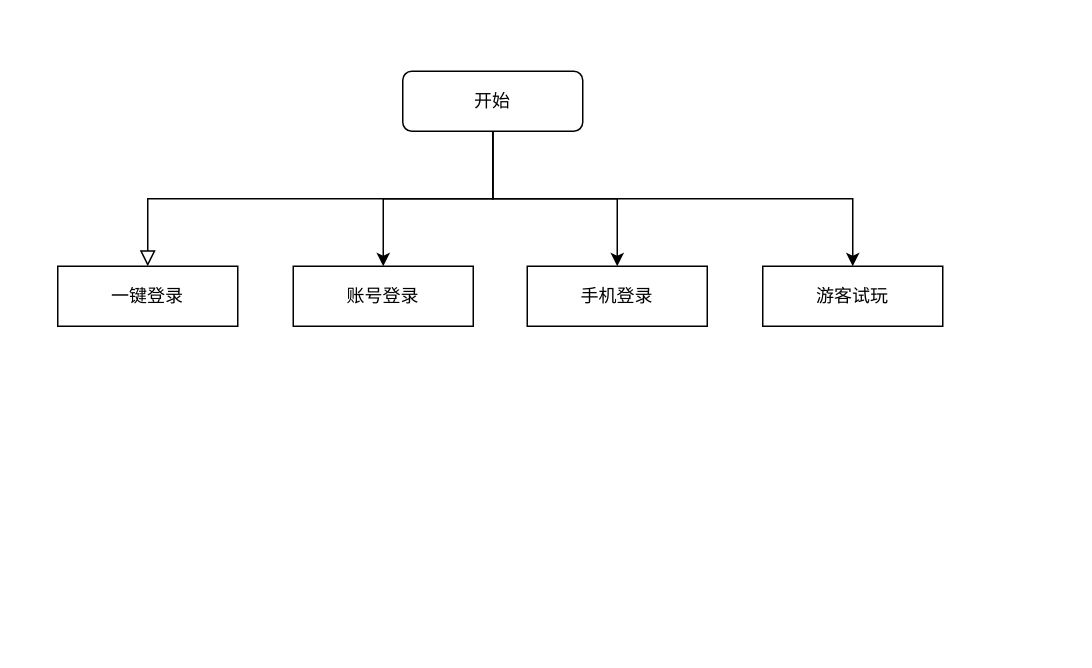
Earlier version of the draw.io diagram 未命名绘图.drawio (a3336595/-). Source tidied: cells renumbered, new cells numbered last; positions are measured from the earlier drawing's top-left corner, leaving out a move shared by most shapes. Both pictures are drawn from the tidied source at 150%, with x=0, y=0 at pixel (57, 70).
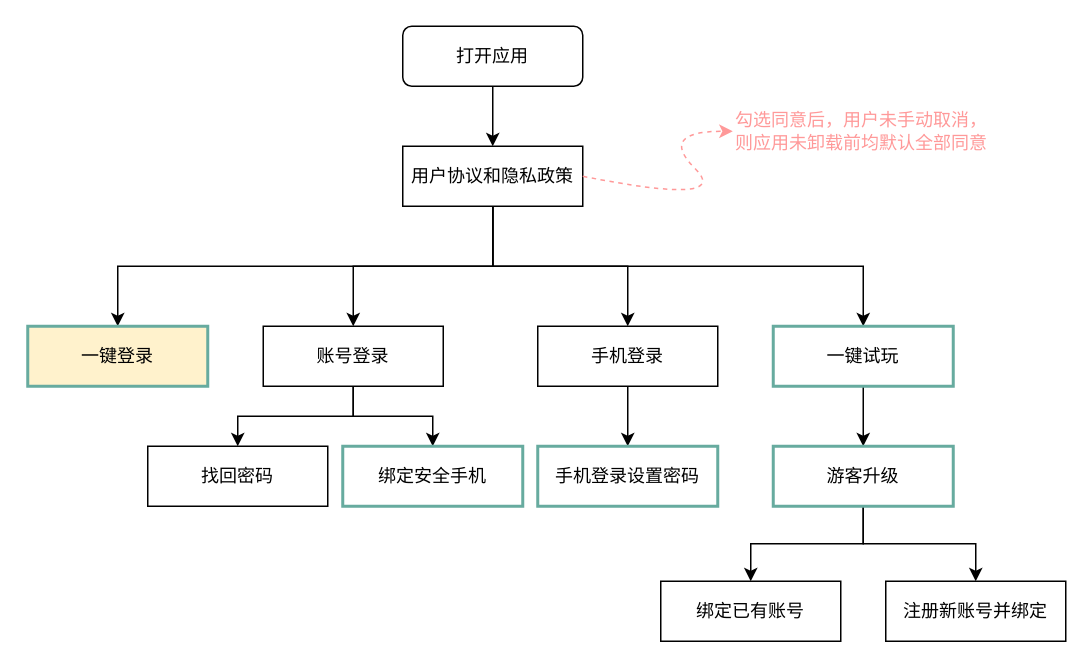
Above is the later version.

Commit message:
更新未命名绘图.drawio

What changed in the source:
```diff
@@
-    <mxCell id="2" style="rounded=0;html=1;jettySize=auto;fontSize=11;endArrow=block;endFill=0;endSize=8;strokeWidth=1;shadow=0;labelBackgroundColor=none;edgeStyle=orthogonalEdgeStyle;exitX=0.5;exitY=1;exitDx=0;exitDy=0;" parent="1" edge="1" source="6" target="7">
+    <mxCell id="2" style="rounded=0;html=1;jettySize=auto;fontSize=11;endArrow=classic;endFill=1;strokeWidth=1;shadow=0;labelBackgroundColor=none;edgeStyle=orthogonalEdgeStyle;exitX=0.5;exitY=1;exitDx=0;exitDy=0;" parent="1" edge="1" source="6" target="7">
       <mxGeometry relative="1" as="geometry" />
     </mxCell>
@@
-    <mxCell id="6" value="开始" style="rounded=1;whiteSpace=wrap;html=1;fontSize=12;glass=0;strokeWidth=1;shadow=0;" parent="1" vertex="1">
-      <mxGeometry x="230" width="120" height="40" as="geometry" />
+    <mxCell id="6" value="用户协议和隐私政策" style="rounded=0;whiteSpace=wrap;html=1;fontSize=12;glass=0;strokeWidth=1;shadow=0;" parent="1" vertex="1">
+      <mxGeometry x="230" y="50" width="120" height="40" as="geometry" />
     </mxCell>
-    <mxCell id="7" value="一键登录" style="rounded=0;whiteSpace=wrap;html=1;" parent="1" vertex="1">
-      <mxGeometry y="130" width="120" height="40" as="geometry" />
+    <mxCell id="7" value="一键登录" style="rounded=0;whiteSpace=wrap;html=1;fillColor=#fff2cc;strokeColor=#67AB9F;strokeWidth=2;" parent="1" vertex="1">
+      <mxGeometry x="-20" y="170" width="120" height="40" as="geometry" />
     </mxCell>
+    <mxCell id="11" style="edgeStyle=orthogonalEdgeStyle;rounded=0;jettySize=auto;html=1;entryX=0.5;entryY=0;entryDx=0;entryDy=0;endArrow=classic;endFill=1;strokeColor=#000000;fontColor=#000000;" parent="1" edge="1" source="8" target="25">
+      <mxGeometry relative="1" as="geometry" />
+    </mxCell>
+    <mxCell id="12" style="edgeStyle=orthogonalEdgeStyle;rounded=0;jettySize=auto;html=1;endArrow=classic;endFill=1;strokeColor=#000000;fontColor=#000000;" parent="1" edge="1" source="8" target="26">
+      <mxGeometry relative="1" as="geometry" />
+    </mxCell>
     <mxCell id="8" value="账号登录" style="rounded=0;whiteSpace=wrap;html=1;" parent="1" vertex="1">
-      <mxGeometry x="157" y="130" width="120" height="40" as="geometry" />
+      <mxGeometry x="137" y="170" width="120" height="40" as="geometry" />
     </mxCell>
+    <mxCell id="13" style="edgeStyle=orthogonalEdgeStyle;rounded=0;jettySize=auto;html=1;entryX=0.5;entryY=0;entryDx=0;entryDy=0;endArrow=classic;endFill=1;strokeColor=#000000;fontColor=#000000;" parent="1" edge="1" source="9" target="24">
+      <mxGeometry relative="1" as="geometry" />
+    </mxCell>
     <mxCell id="9" value="手机登录" style="rounded=0;whiteSpace=wrap;html=1;" parent="1" vertex="1">
-      <mxGeometry x="313" y="130" width="120" height="40" as="geometry" />
+      <mxGeometry x="320" y="170" width="120" height="40" as="geometry" />
     </mxCell>
+    <mxCell id="14" style="edgeStyle=orthogonalEdgeStyle;rounded=0;jettySize=auto;html=1;entryX=0.5;entryY=0;entryDx=0;entryDy=0;endArrow=classic;endFill=1;" parent="1" edge="1" source="10" target="21">
+      <mxGeometry relative="1" as="geometry" />
+    </mxCell>
-    <mxCell id="10" value="游客试玩" style="rounded=0;whiteSpace=wrap;html=1;" parent="1" vertex="1">
-      <mxGeometry x="470" y="130" width="120" height="40" as="geometry" />
+    <mxCell id="10" value="一键试玩" style="rounded=0;whiteSpace=wrap;html=1;strokeColor=#67AB9F;strokeWidth=2;" parent="1" vertex="1">
+      <mxGeometry x="477" y="170" width="120" height="40" as="geometry" />
     </mxCell>
+    <mxCell id="15" style="edgeStyle=orthogonalEdgeStyle;rounded=0;jettySize=auto;html=1;entryX=0.5;entryY=0;entryDx=0;entryDy=0;endArrow=classic;endFill=1;" parent="1" edge="1" source="16" target="6">
+      <mxGeometry relative="1" as="geometry" />
+    </mxCell>
+    <mxCell id="16" value="打开应用" style="rounded=1;whiteSpace=wrap;html=1;fontSize=12;glass=0;strokeWidth=1;shadow=0;sketch=0;" parent="1" vertex="1">
+      <mxGeometry x="230" y="-30" width="120" height="40" as="geometry" />
+    </mxCell>
+    <mxCell id="17" style="curved=1;endArrow=classic;html=1;exitX=1;exitY=0.5;exitDx=0;exitDy=0;dashed=1;strokeColor=#FF9999;" parent="1" edge="1" source="6">
+      <mxGeometry relative="1" as="geometry">
+        <mxPoint x="450" y="40" as="targetPoint" />
+        <Array as="points">
+          <mxPoint x="450" y="90" />
+          <mxPoint x="400" y="40" />
+        </Array>
+      </mxGeometry>
+    </mxCell>
+    <mxCell id="18" value="勾选同意后，用户未手动取消，则应用未卸载前均默认全部同意" style="text;html=1;strokeColor=none;fillColor=none;align=left;verticalAlign=middle;whiteSpace=wrap;rounded=0;shadow=0;glass=0;sketch=0;fontColor=#FF9999;" parent="1" vertex="1">
+      <mxGeometry x="450" y="30" width="180" height="20" as="geometry" />
+    </mxCell>
+    <mxCell id="19" style="edgeStyle=orthogonalEdgeStyle;rounded=0;jettySize=auto;html=1;entryX=0.5;entryY=0;entryDx=0;entryDy=0;endArrow=classic;endFill=1;strokeColor=#000000;fontColor=#000000;" parent="1" edge="1" source="21" target="22">
+      <mxGeometry relative="1" as="geometry" />
+    </mxCell>
+    <mxCell id="20" style="edgeStyle=orthogonalEdgeStyle;rounded=0;jettySize=auto;html=1;entryX=0.5;entryY=0;entryDx=0;entryDy=0;endArrow=classic;endFill=1;strokeColor=#000000;fontColor=#000000;" parent="1" edge="1" source="21" target="23">
+      <mxGeometry relative="1" as="geometry" />
+    </mxCell>
+    <mxCell id="21" value="游客升级" style="rounded=0;whiteSpace=wrap;html=1;strokeColor=#67AB9F;strokeWidth=2;" parent="1" vertex="1">
+      <mxGeometry x="477" y="250" width="120" height="40" as="geometry" />
+    </mxCell>
+    <mxCell id="22" value="绑定已有账号" style="rounded=0;whiteSpace=wrap;html=1;" parent="1" vertex="1">
+      <mxGeometry x="402" y="340" width="120" height="40" as="geometry" />
+    </mxCell>
+    <mxCell id="23" value="注册新账号并绑定" style="rounded=0;whiteSpace=wrap;html=1;" parent="1" vertex="1">
+      <mxGeometry x="552" y="340" width="120" height="40" as="geometry" />
+    </mxCell>
+    <mxCell id="24" value="手机登录设置密码" style="rounded=0;whiteSpace=wrap;html=1;strokeColor=#67AB9F;strokeWidth=2;" parent="1" vertex="1">
+      <mxGeometry x="320" y="250" width="120" height="40" as="geometry" />
+    </mxCell>
+    <mxCell id="25" value="绑定安全手机" style="rounded=0;whiteSpace=wrap;html=1;strokeColor=#67AB9F;strokeWidth=2;" parent="1" vertex="1">
+      <mxGeometry x="190" y="250" width="120" height="40" as="geometry" />
+    </mxCell>
+    <mxCell id="26" value="找回密码" style="rounded=0;whiteSpace=wrap;html=1;strokeWidth=1;" parent="1" vertex="1">
+      <mxGeometry x="60" y="250" width="120" height="40" as="geometry" />
+    </mxCell>
```
